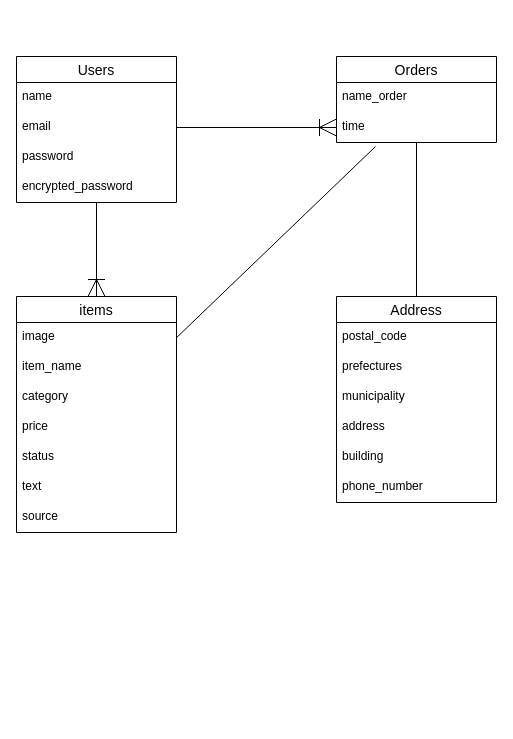
Before: ER.dio in Solton33/furima-36661, a draw.io diagram. Source tidied: cells renumbered, new cells numbered last; positions are measured from the earlier drawing's top-left corner, leaving out a move shared by most shapes. Both pictures are drawn from the tidied source at 100%, with x=0, y=0 at pixel (16, 56).
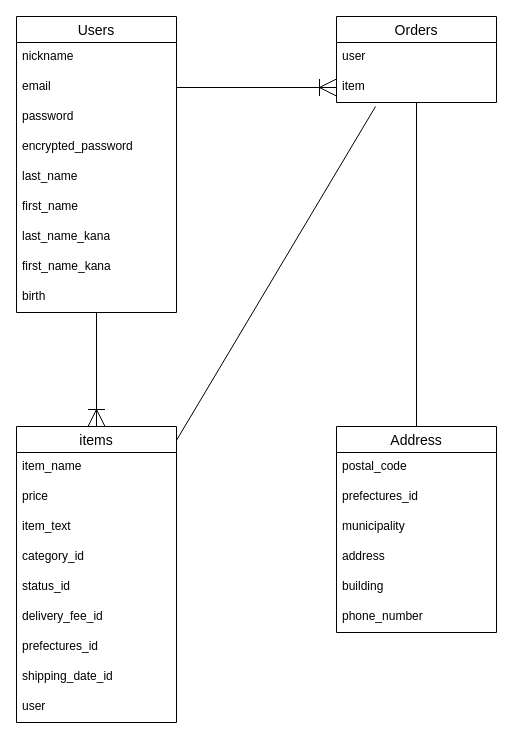
Above is the later version.

Commit message (it also covers changes not shown here):
データーベース設計の修正

The edit, as a diff of the source:
```diff
@@
     <mxCell id="3" value="Users" style="swimlane;fontStyle=0;horizontal=1;startSize=26;align=center;fontSize=14;" parent="1" vertex="1">
-      <mxGeometry width="160" height="146" as="geometry" />
+      <mxGeometry y="-40" width="160" height="296" as="geometry" />
     </mxCell>
-    <mxCell id="4" value="name" style="text;strokeColor=none;fillColor=none;spacingLeft=4;spacingRight=4;overflow=hidden;fontSize=12;" parent="3" vertex="1">
+    <mxCell id="4" value="nickname" style="text;strokeColor=none;fillColor=none;spacingLeft=4;spacingRight=4;overflow=hidden;fontSize=12;" parent="3" vertex="1">
       <mxGeometry y="26" width="160" height="30" as="geometry" />
     </mxCell>
@@
+    <mxCell id="29" value="encrypted_password" style="text;strokeColor=none;fillColor=none;spacingLeft=4;spacingRight=4;overflow=hidden;fontSize=12;" parent="3" vertex="1">
+      <mxGeometry y="116" width="160" height="30" as="geometry" />
+    </mxCell>
-    <mxCell id="7" value="encrypted_password" style="text;strokeColor=none;fillColor=none;spacingLeft=4;spacingRight=4;overflow=hidden;fontSize=12;" parent="3" vertex="1">
-      <mxGeometry y="116" width="160" height="30" as="geometry" />
+    <mxCell id="7" value="last_name" style="text;strokeColor=none;fillColor=none;spacingLeft=4;spacingRight=4;overflow=hidden;fontSize=12;" parent="3" vertex="1">
+      <mxGeometry y="146" width="160" height="30" as="geometry" />
     </mxCell>
+    <mxCell id="30" value="first_name" style="text;strokeColor=none;fillColor=none;spacingLeft=4;spacingRight=4;overflow=hidden;fontSize=12;" parent="3" vertex="1">
+      <mxGeometry y="176" width="160" height="30" as="geometry" />
+    </mxCell>
+    <mxCell id="31" value="last_name_kana" style="text;strokeColor=none;fillColor=none;spacingLeft=4;spacingRight=4;overflow=hidden;fontSize=12;" parent="3" vertex="1">
+      <mxGeometry y="206" width="160" height="30" as="geometry" />
+    </mxCell>
+    <mxCell id="32" value="first_name_kana" style="text;strokeColor=none;fillColor=none;spacingLeft=4;spacingRight=4;overflow=hidden;fontSize=12;" parent="3" vertex="1">
+      <mxGeometry y="236" width="160" height="30" as="geometry" />
+    </mxCell>
+    <mxCell id="33" value="birth" style="text;strokeColor=none;fillColor=none;spacingLeft=4;spacingRight=4;overflow=hidden;fontSize=12;" parent="3" vertex="1">
+      <mxGeometry y="266" width="160" height="30" as="geometry" />
+    </mxCell>
@@
     <mxCell id="9" value="Orders" style="swimlane;fontStyle=0;horizontal=1;startSize=26;align=center;fontSize=14;" parent="1" vertex="1">
-      <mxGeometry x="320" width="160" height="86" as="geometry" />
+      <mxGeometry x="320" y="-40" width="160" height="86" as="geometry" />
     </mxCell>
-    <mxCell id="10" value="name_order" style="text;strokeColor=none;fillColor=none;spacingLeft=4;spacingRight=4;overflow=hidden;fontSize=12;" parent="9" vertex="1">
+    <mxCell id="10" value="user" style="text;strokeColor=none;fillColor=none;spacingLeft=4;spacingRight=4;overflow=hidden;fontSize=12;" parent="9" vertex="1">
       <mxGeometry y="26" width="160" height="30" as="geometry" />
     </mxCell>
-    <mxCell id="11" value="time" style="text;strokeColor=none;fillColor=none;spacingLeft=4;spacingRight=4;overflow=hidden;points=[[0,0.5],[1,0.5]];portConstraint=eastwest;fontSize=12;" parent="9" vertex="1">
+    <mxCell id="11" value="item" style="text;strokeColor=none;fillColor=none;spacingLeft=4;spacingRight=4;overflow=hidden;points=[[0,0.5],[1,0.5]];portConstraint=eastwest;fontSize=12;" parent="9" vertex="1">
       <mxGeometry y="56" width="160" height="30" as="geometry" />
     </mxCell>
@@
     <mxCell id="13" value="items" style="swimlane;fontStyle=0;horizontal=1;startSize=26;align=center;fontSize=14;" parent="1" vertex="1">
-      <mxGeometry y="240" width="160" height="236" as="geometry" />
+      <mxGeometry y="370" width="160" height="296" as="geometry" />
     </mxCell>
+    <mxCell id="15" value="item_name" style="text;strokeColor=none;fillColor=none;spacingLeft=4;spacingRight=4;overflow=hidden;fontSize=12;" parent="13" vertex="1">
+      <mxGeometry y="26" width="160" height="30" as="geometry" />
+    </mxCell>
+    <mxCell id="17" value="price" style="text;strokeColor=none;fillColor=none;spacingLeft=4;spacingRight=4;overflow=hidden;fontSize=12;" parent="13" vertex="1">
+      <mxGeometry y="56" width="160" height="30" as="geometry" />
+    </mxCell>
+    <mxCell id="19" value="item_text" style="text;strokeColor=none;fillColor=none;spacingLeft=4;spacingRight=4;overflow=hidden;fontSize=12;" parent="13" vertex="1">
+      <mxGeometry y="86" width="160" height="30" as="geometry" />
+    </mxCell>
+    <mxCell id="16" value="category_id" style="text;strokeColor=none;fillColor=none;spacingLeft=4;spacingRight=4;overflow=hidden;fontSize=12;" parent="13" vertex="1">
+      <mxGeometry y="116" width="160" height="30" as="geometry" />
+    </mxCell>
+    <mxCell id="18" value="status_id" style="text;strokeColor=none;fillColor=none;spacingLeft=4;spacingRight=4;overflow=hidden;fontSize=12;" parent="13" vertex="1">
+      <mxGeometry y="146" width="160" height="30" as="geometry" />
+    </mxCell>
-    <mxCell id="14" value="image" style="text;strokeColor=none;fillColor=none;spacingLeft=4;spacingRight=4;overflow=hidden;fontSize=12;" parent="13" vertex="1">
-      <mxGeometry y="26" width="160" height="30" as="geometry" />
+    <mxCell id="14" value="delivery_fee_id" style="text;strokeColor=none;fillColor=none;spacingLeft=4;spacingRight=4;overflow=hidden;fontSize=12;" parent="13" vertex="1">
+      <mxGeometry y="176" width="160" height="30" as="geometry" />
     </mxCell>
-    <mxCell id="15" value="item_name" style="text;strokeColor=none;fillColor=none;spacingLeft=4;spacingRight=4;overflow=hidden;fontSize=12;" parent="13" vertex="1">
-      <mxGeometry y="56" width="160" height="30" as="geometry" />
-    </mxCell>
-    <mxCell id="16" value="category" style="text;strokeColor=none;fillColor=none;spacingLeft=4;spacingRight=4;overflow=hidden;fontSize=12;" parent="13" vertex="1">
-      <mxGeometry y="86" width="160" height="30" as="geometry" />
-    </mxCell>
-    <mxCell id="17" value="price" style="text;strokeColor=none;fillColor=none;spacingLeft=4;spacingRight=4;overflow=hidden;fontSize=12;" parent="13" vertex="1">
-      <mxGeometry y="116" width="160" height="30" as="geometry" />
-    </mxCell>
-    <mxCell id="18" value="status" style="text;strokeColor=none;fillColor=none;spacingLeft=4;spacingRight=4;overflow=hidden;fontSize=12;" parent="13" vertex="1">
-      <mxGeometry y="146" width="160" height="30" as="geometry" />
-    </mxCell>
-    <mxCell id="19" value="text" style="text;strokeColor=none;fillColor=none;spacingLeft=4;spacingRight=4;overflow=hidden;fontSize=12;" parent="13" vertex="1">
-      <mxGeometry y="176" width="160" height="30" as="geometry" />
-    </mxCell>
-    <mxCell id="20" value="source" style="text;strokeColor=none;fillColor=none;spacingLeft=4;spacingRight=4;overflow=hidden;fontSize=12;" parent="13" vertex="1">
+    <mxCell id="20" value="prefectures_id" style="text;strokeColor=none;fillColor=none;spacingLeft=4;spacingRight=4;overflow=hidden;fontSize=12;" parent="13" vertex="1">
       <mxGeometry y="206" width="160" height="30" as="geometry" />
     </mxCell>
+    <mxCell id="34" value="shipping_date_id" style="text;strokeColor=none;fillColor=none;spacingLeft=4;spacingRight=4;overflow=hidden;fontSize=12;" parent="13" vertex="1">
+      <mxGeometry y="236" width="160" height="30" as="geometry" />
+    </mxCell>
+    <mxCell id="35" value="user" style="text;strokeColor=none;fillColor=none;spacingLeft=4;spacingRight=4;overflow=hidden;fontSize=12;" parent="13" vertex="1">
+      <mxGeometry y="266" width="160" height="30" as="geometry" />
+    </mxCell>
     <mxCell id="21" value="Address" style="swimlane;fontStyle=0;horizontal=1;startSize=26;align=center;fontSize=14;" parent="1" vertex="1">
-      <mxGeometry x="320" y="240" width="160" height="206" as="geometry" />
+      <mxGeometry x="320" y="370" width="160" height="206" as="geometry" />
     </mxCell>
@@
-    <mxCell id="23" value="prefectures" style="text;strokeColor=none;fillColor=none;spacingLeft=4;spacingRight=4;overflow=hidden;fontSize=12;" parent="21" vertex="1">
+    <mxCell id="23" value="prefectures_id" style="text;strokeColor=none;fillColor=none;spacingLeft=4;spacingRight=4;overflow=hidden;fontSize=12;" parent="21" vertex="1">
       <mxGeometry y="56" width="160" height="30" as="geometry" />
     </mxCell>
```
